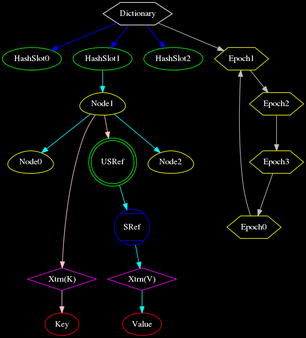
Before: Structures/diagram.png, a diagram exported from Graphviz (exodist/GSD). Its source is kept beside it as Structures/diagram.dot.
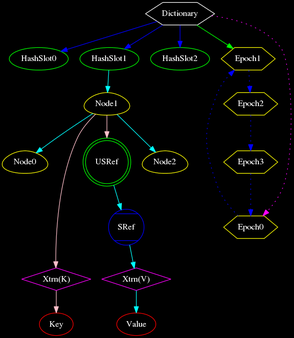
Later version of the same file.

Change to the diagram source:
```diff
@@ -43,10 +43,11 @@
     node [shape=hexagon]
     edge [color=grey]
 
-    Epoch0->Epoch1
-    Epoch1->Epoch2
-    Epoch2->Epoch3
-    Epoch3->Epoch0
+    Dictionary->Epoch1 [color=green]
+    Dictionary->Epoch0 [style=dotted,color=magenta]
 
-    Dictionary->Epoch1
+    Epoch0->Epoch1 [style=dotted,color=blue]
+    Epoch1->Epoch2 [style=dotted,color=blue]
+    Epoch2->Epoch3 [style=dotted,color=blue]
+    Epoch3->Epoch0 [style=dotted,color=blue]
 }
```
